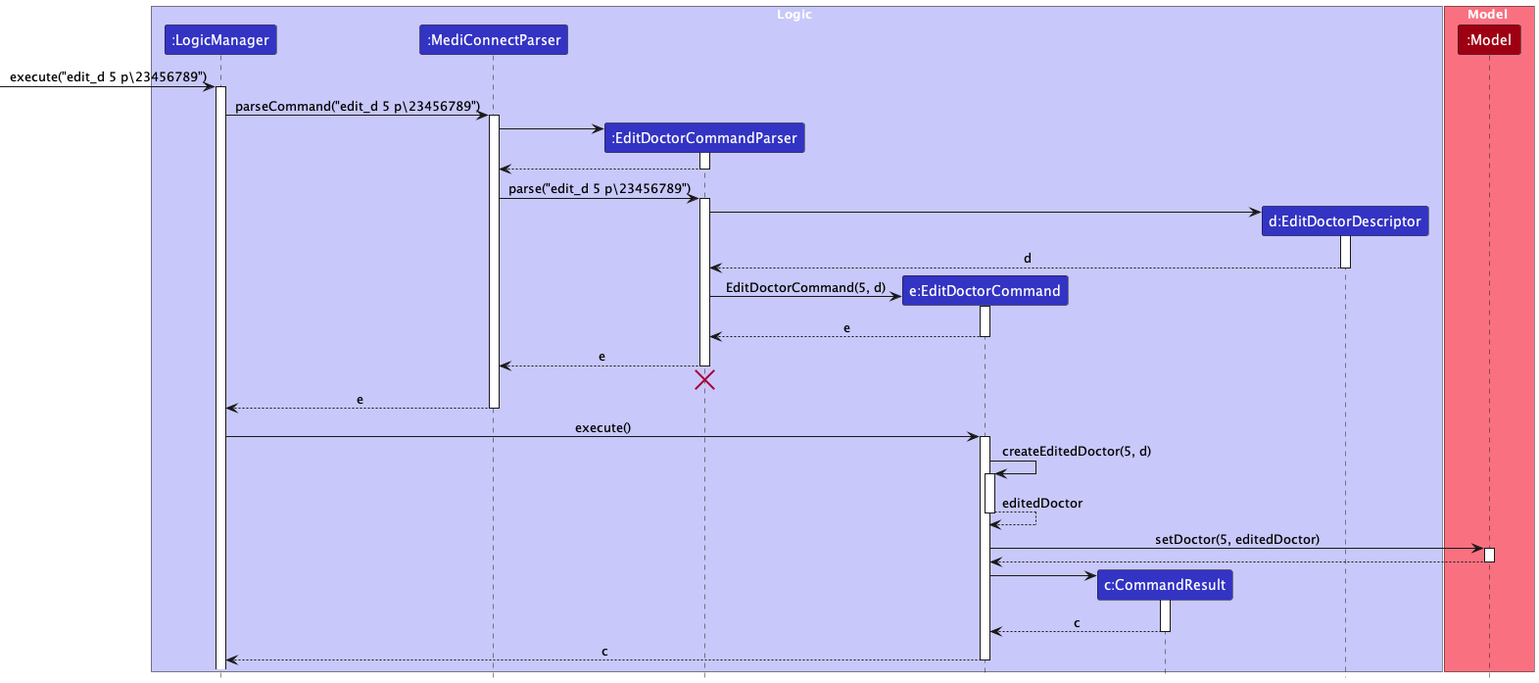
Above: docs/images/EditDoctorSequenceDiagram.png in yanghengtang/tp (PlantUML), before the change.
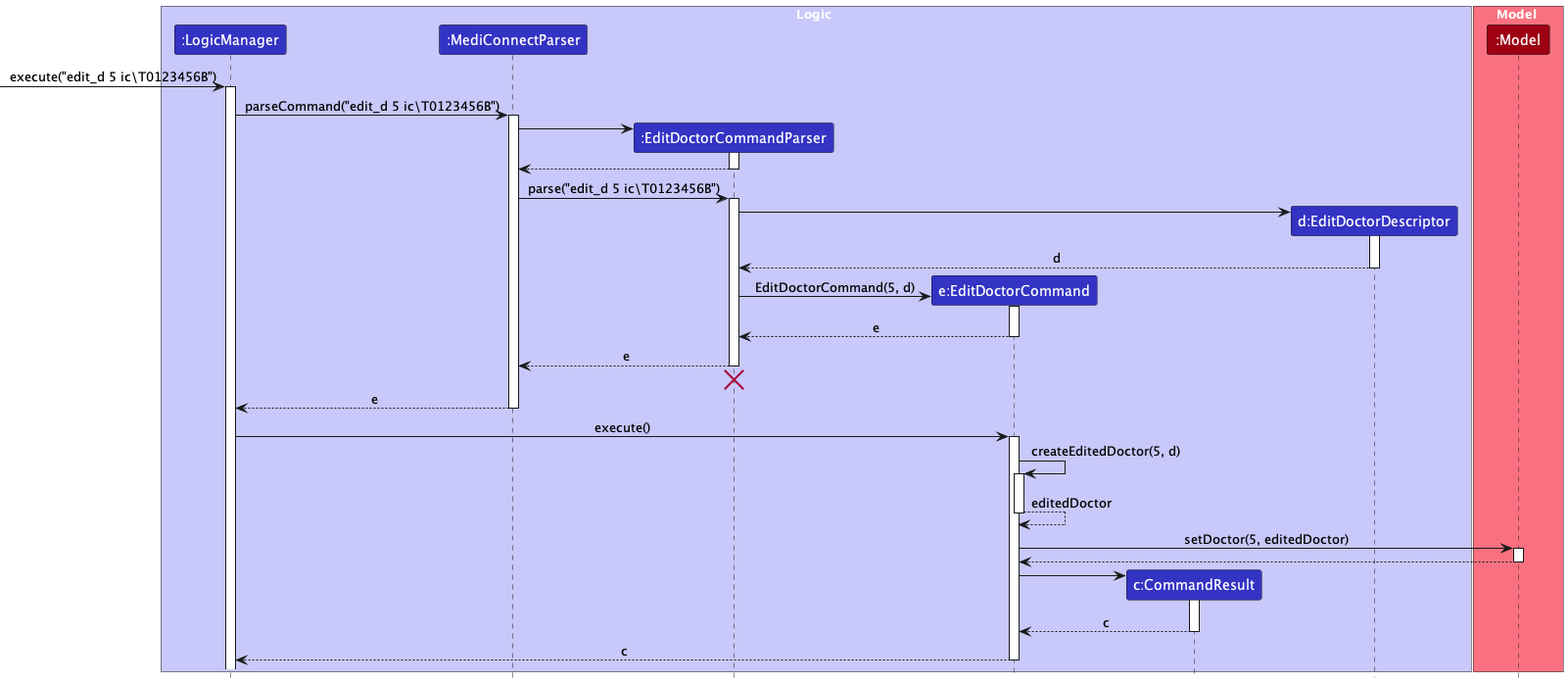
The same file after the commit.

Change to the diagram source:
```diff
@@ -15,10 +15,10 @@
 participant ":Model" as Model MODEL_COLOR
 end box
 
-[-> LogicManager : execute("edit_d 5 p\23456789")
+[-> LogicManager : execute("edit_d 5 ic\T0123456B")
 activate LogicManager
 
-LogicManager -> MediConnectParser : parseCommand("edit_d 5 p\23456789")
+LogicManager -> MediConnectParser : parseCommand("edit_d 5 ic\T0123456B")
 activate MediConnectParser
 
 create EditDoctorCommandParser
@@ -28,7 +28,7 @@
 EditDoctorCommandParser --> MediConnectParser
 deactivate EditDoctorCommandParser
 
-MediConnectParser -> EditDoctorCommandParser : parse("edit_d 5 p\23456789")
+MediConnectParser -> EditDoctorCommandParser : parse("edit_d 5 ic\T0123456B")
 activate EditDoctorCommandParser
 
 create EditDoctorDescriptor
```
